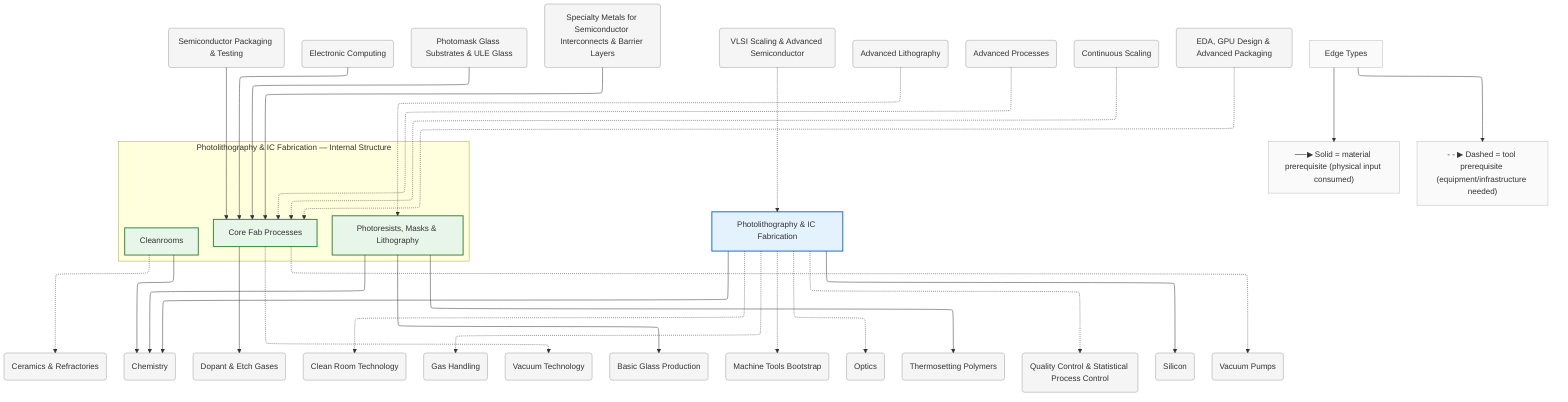
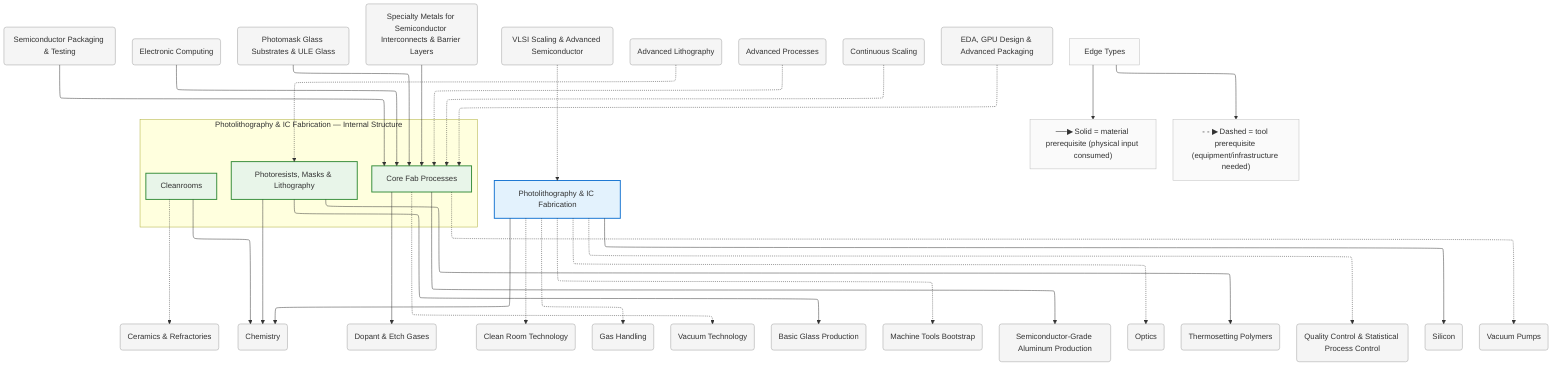
%%{init: {"flowchart": {"defaultRenderer": "elk", "htmlLabels": true}}}%%
graph TD
    %% Domain: Photolithography & IC Fabrication

    %% ==================== INTERNAL NODES ====================
    subgraph photolithography_internal ["Photolithography & IC Fabrication — Internal Structure"]
        direction TB
        photolithography_cleanrooms["Cleanrooms"]
        photolithography_resists-masks["Photoresists, Masks & Lithography"]
        photolithography_fab-processes["Core Fab Processes"]
    end

    %% ==================== DOMAIN NODE ====================
    photolithography["Photolithography & IC Fabrication"]

    %% ==================== EXTERNAL DEPENDENCIES ====================
    ceramics("Ceramics & Refractories")
    chemistry("Chemistry")
    chemistry_dopant-etch-gases("Dopant & Etch Gases")
    chemistry_packaging-testing("Semiconductor Packaging & Testing")
    cleanrooms("Clean Room Technology")
    computing_electronic("Electronic Computing")
    gas-handling("Gas Handling")
    gas-handling_vacuum("Vacuum Technology")
    glass_basic("Basic Glass Production")
    glass_photomask-substrates("Photomask Glass Substrates & ULE Glass")
    machine-tools("Machine Tools Bootstrap")
+     metals_aluminum_semiconductor-grade("Semiconductor-Grade Aluminum Production")
    metals_specialty-semiconductor("Specialty Metals for Semiconductor Interconnects & Barrier Layers")
    optics("Optics")
    polymers_thermosets("Thermosetting Polymers")
    quality-control("Quality Control & Statistical Process Control")
    silicon("Silicon")
    vacuum_pumps("Vacuum Pumps")
    vlsi-scaling("VLSI Scaling & Advanced Semiconductor")
    vlsi-scaling_advanced-lithography("Advanced Lithography")
    vlsi-scaling_advanced-processes("Advanced Processes")
    vlsi-scaling_continuous-scaling("Continuous Scaling")
    vlsi-scaling_eda-design("EDA, GPU Design & Advanced Packaging")

    %% ==================== EDGES ====================
    photolithography -.-> machine-tools
    photolithography --> chemistry
    photolithography -.-> gas-handling
    photolithography -.-> optics
    photolithography --> silicon
    photolithography_cleanrooms --> chemistry
    photolithography_cleanrooms -.-> ceramics
    photolithography_resists-masks --> chemistry
    photolithography_resists-masks --> polymers_thermosets
    photolithography_fab-processes --> chemistry_dopant-etch-gases
    photolithography_fab-processes -.-> gas-handling_vacuum
    vlsi-scaling -.-> photolithography
    vlsi-scaling_continuous-scaling -.-> photolithography_fab-processes
    vlsi-scaling_advanced-lithography -.-> photolithography_resists-masks
    vlsi-scaling_advanced-processes -.-> photolithography_fab-processes
    vlsi-scaling_eda-design -.-> photolithography_fab-processes
    chemistry_packaging-testing --> photolithography_fab-processes
+     photolithography_fab-processes --> metals_aluminum_semiconductor-grade
    computing_electronic --> photolithography_fab-processes
    photolithography_resists-masks --> glass_basic
    metals_specialty-semiconductor --> photolithography_fab-processes
    glass_photomask-substrates --> photolithography_fab-processes
    photolithography -.-> cleanrooms
    photolithography -.-> quality-control
    photolithography_fab-processes -.-> vacuum_pumps

    %% ==================== EDGE TYPE LEGEND ====================
    EdgeLegend["Edge Types"]
    EdgeLegend --> MatNote["──▶ Solid = material prerequisite (physical input consumed)"]
    EdgeLegend --> ToolNote["- - ▶ Dashed = tool prerequisite (equipment/infrastructure needed)"]

    %% ==================== STYLING ====================
    classDef domain fill:#e3f2fd,stroke:#1976d2,stroke-width:2px
    classDef capability fill:#e8f5e9,stroke:#388e3c,stroke-width:2px
    classDef process fill:#fff3e0,stroke:#f57c00,stroke-width:2px
    classDef critical fill:#fff3e0,stroke:#f57c00,stroke-width:3px
    classDef earlyWin fill:#e8f5e9,stroke:#388e3c,stroke-width:3px
    classDef pinnacle fill:#fce4ec,stroke:#c62828,stroke-width:3px
    classDef external fill:#f5f5f5,stroke:#9e9e9e,stroke-width:1px
    classDef legend fill:#fafafa,stroke:#bdbdbd,stroke-width:1px
    class photolithography domain
    class photolithography_cleanrooms capability
    class photolithography_resists-masks capability
    class photolithography_fab-processes capability
    class ceramics external
    class chemistry external
    class chemistry_dopant-etch-gases external
    class chemistry_packaging-testing external
    class cleanrooms external
    class computing_electronic external
    class gas-handling external
    class gas-handling_vacuum external
    class glass_basic external
    class glass_photomask-substrates external
    class machine-tools external
+     class metals_aluminum_semiconductor-grade external
    class metals_specialty-semiconductor external
    class optics external
    class polymers_thermosets external
    class quality-control external
    class silicon external
    class vacuum_pumps external
    class vlsi-scaling external
    class vlsi-scaling_advanced-lithography external
    class vlsi-scaling_advanced-processes external
    class vlsi-scaling_continuous-scaling external
    class vlsi-scaling_eda-design external
    class EdgeLegend,MatNote,ToolNote legend
